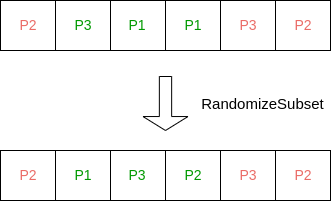
gasparddannet/AI_Project keeps this draw.io diagram as Images/Schema/RandomizeSubset.drawio.png. Above is the earlier version. Source tidied: cells renumbered, new cells last; positions are measured from the earlier drawing's top-left corner, leaving out a move shared by most shapes.
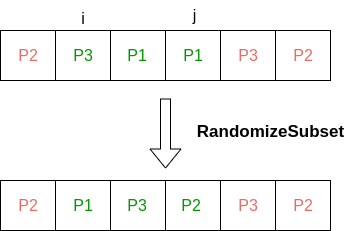
After the commit.

The edit, as a diff of the source:
```diff
@@ -2,65 +2,74 @@
   <root>
     <mxCell id="0" />
     <mxCell id="1" parent="0" />
-    <mxCell id="2" style="shape=process;whiteSpace=wrap;html=1;backgroundOutline=1;size=0.5;" parent="1" vertex="1">
+    <mxCell id="2" style="shape=process;whiteSpace=wrap;html=1;backgroundOutline=1;size=0.5;fillColor=none;" parent="1" vertex="1">
       <mxGeometry width="110" height="50" as="geometry" />
     </mxCell>
-    <mxCell id="3" style="shape=process;whiteSpace=wrap;html=1;backgroundOutline=1;size=0.5;align=center;" parent="1" vertex="1">
+    <mxCell id="3" style="shape=process;whiteSpace=wrap;html=1;backgroundOutline=1;size=0.5;align=center;fillColor=none;" parent="1" vertex="1">
       <mxGeometry x="110" width="110" height="50" as="geometry" />
     </mxCell>
-    <mxCell id="4" style="shape=process;whiteSpace=wrap;html=1;backgroundOutline=1;size=0.5;" parent="1" vertex="1">
+    <mxCell id="4" style="shape=process;whiteSpace=wrap;html=1;backgroundOutline=1;size=0.5;fillColor=none;" parent="1" vertex="1">
       <mxGeometry x="220" width="110" height="50" as="geometry" />
     </mxCell>
-    <mxCell id="5" style="shape=singleArrow;direction=south;whiteSpace=wrap;html=1;arrowWidth=0.273333740234375;arrowSize=0.2585859202375316;" parent="1" vertex="1">
-      <mxGeometry x="142.5" y="76" width="45" height="54" as="geometry" />
-    </mxCell>
-    <mxCell id="6" value="&lt;font color=&quot;#ea6b66&quot; style=&quot;font-size: 14px;&quot;&gt;P2&lt;/font&gt;" style="text;html=1;strokeColor=none;fillColor=none;align=center;verticalAlign=middle;whiteSpace=wrap;rounded=0;" parent="1" vertex="1">
+    <mxCell id="6" value="&lt;font color=&quot;#ea6b66&quot; style=&quot;font-size: 16px;&quot;&gt;P2&lt;/font&gt;" style="text;html=1;strokeColor=none;fillColor=none;align=center;verticalAlign=middle;whiteSpace=wrap;rounded=0;" parent="1" vertex="1">
       <mxGeometry x="3" width="50" height="50" as="geometry" />
     </mxCell>
-    <mxCell id="7" value="&lt;font color=&quot;#009900&quot; style=&quot;font-size: 14px;&quot;&gt;P3&lt;/font&gt;" style="text;html=1;strokeColor=none;fillColor=none;align=center;verticalAlign=middle;whiteSpace=wrap;rounded=0;" parent="1" vertex="1">
+    <mxCell id="7" value="&lt;font color=&quot;#009900&quot; style=&quot;font-size: 16px;&quot;&gt;P3&lt;/font&gt;" style="text;html=1;strokeColor=none;fillColor=none;align=center;verticalAlign=middle;whiteSpace=wrap;rounded=0;" parent="1" vertex="1">
       <mxGeometry x="58" width="50" height="50" as="geometry" />
     </mxCell>
-    <mxCell id="8" value="&lt;font color=&quot;#009900&quot; style=&quot;font-size: 14px;&quot;&gt;P1&lt;/font&gt;" style="text;html=1;strokeColor=none;fillColor=none;align=center;verticalAlign=middle;whiteSpace=wrap;rounded=0;" parent="1" vertex="1">
+    <mxCell id="8" value="&lt;font color=&quot;#009900&quot; style=&quot;font-size: 16px;&quot;&gt;P1&lt;/font&gt;" style="text;html=1;strokeColor=none;fillColor=none;align=center;verticalAlign=middle;whiteSpace=wrap;rounded=0;" parent="1" vertex="1">
       <mxGeometry x="112" width="50" height="50" as="geometry" />
     </mxCell>
-    <mxCell id="9" value="&lt;font color=&quot;#009900&quot; style=&quot;font-size: 14px;&quot;&gt;P1&lt;/font&gt;" style="text;html=1;strokeColor=none;fillColor=none;align=center;verticalAlign=middle;whiteSpace=wrap;rounded=0;" parent="1" vertex="1">
+    <mxCell id="9" value="&lt;font color=&quot;#009900&quot; style=&quot;font-size: 16px;&quot;&gt;P1&lt;/font&gt;" style="text;html=1;strokeColor=none;fillColor=none;align=center;verticalAlign=middle;whiteSpace=wrap;rounded=0;" parent="1" vertex="1">
       <mxGeometry x="168" width="50" height="50" as="geometry" />
     </mxCell>
-    <mxCell id="10" value="&lt;font color=&quot;#ea6b66&quot; style=&quot;font-size: 14px;&quot;&gt;P3&lt;/font&gt;" style="text;html=1;strokeColor=none;fillColor=none;align=center;verticalAlign=middle;whiteSpace=wrap;rounded=0;" parent="1" vertex="1">
+    <mxCell id="10" value="&lt;font color=&quot;#ea6b66&quot; style=&quot;font-size: 16px;&quot;&gt;P3&lt;/font&gt;" style="text;html=1;strokeColor=none;fillColor=none;align=center;verticalAlign=middle;whiteSpace=wrap;rounded=0;" parent="1" vertex="1">
       <mxGeometry x="223" width="50" height="50" as="geometry" />
     </mxCell>
-    <mxCell id="11" value="&lt;font style=&quot;font-size: 14px;&quot; color=&quot;#ea6b66&quot;&gt;P2&lt;/font&gt;" style="text;html=1;strokeColor=none;fillColor=none;align=center;verticalAlign=middle;whiteSpace=wrap;rounded=0;" parent="1" vertex="1">
+    <mxCell id="11" value="&lt;font style=&quot;font-size: 16px;&quot; color=&quot;#ea6b66&quot;&gt;P2&lt;/font&gt;" style="text;html=1;strokeColor=none;fillColor=none;align=center;verticalAlign=middle;whiteSpace=wrap;rounded=0;" parent="1" vertex="1">
       <mxGeometry x="278" width="50" height="50" as="geometry" />
     </mxCell>
-    <mxCell id="12" value="&lt;font style=&quot;font-size: 15px;&quot;&gt;RandomizeSubset&lt;/font&gt;" style="text;html=1;strokeColor=none;fillColor=none;align=center;verticalAlign=middle;whiteSpace=wrap;rounded=0;" parent="1" vertex="1">
-      <mxGeometry x="195.5" y="87" width="132.5" height="32" as="geometry" />
+    <mxCell id="12" value="&lt;font size=&quot;1&quot; style=&quot;&quot;&gt;&lt;b style=&quot;font-size: 17px;&quot;&gt;RandomizeSubset&lt;/b&gt;&lt;/font&gt;" style="text;html=1;strokeColor=none;fillColor=none;align=center;verticalAlign=middle;whiteSpace=wrap;rounded=0;" parent="1" vertex="1">
+      <mxGeometry x="182.8" y="80" width="174.5" height="43" as="geometry" />
     </mxCell>
-    <mxCell id="13" style="shape=process;whiteSpace=wrap;html=1;backgroundOutline=1;size=0.5;" parent="1" vertex="1">
+    <mxCell id="13" style="shape=process;whiteSpace=wrap;html=1;backgroundOutline=1;size=0.5;fillColor=none;" parent="1" vertex="1">
       <mxGeometry y="150" width="110" height="50" as="geometry" />
     </mxCell>
-    <mxCell id="14" style="shape=process;whiteSpace=wrap;html=1;backgroundOutline=1;size=0.5;align=center;" parent="1" vertex="1">
+    <mxCell id="14" style="shape=process;whiteSpace=wrap;html=1;backgroundOutline=1;size=0.5;align=center;fillColor=none;" parent="1" vertex="1">
       <mxGeometry x="110" y="150" width="110" height="50" as="geometry" />
     </mxCell>
-    <mxCell id="15" style="shape=process;whiteSpace=wrap;html=1;backgroundOutline=1;size=0.5;" parent="1" vertex="1">
+    <mxCell id="15" style="shape=process;whiteSpace=wrap;html=1;backgroundOutline=1;size=0.5;fillColor=none;" parent="1" vertex="1">
       <mxGeometry x="220" y="150" width="110" height="50" as="geometry" />
     </mxCell>
-    <mxCell id="16" value="&lt;font color=&quot;#ea6b66&quot; style=&quot;font-size: 14px;&quot;&gt;P2&lt;/font&gt;" style="text;html=1;strokeColor=none;fillColor=none;align=center;verticalAlign=middle;whiteSpace=wrap;rounded=0;" parent="1" vertex="1">
+    <mxCell id="16" value="&lt;font color=&quot;#ea6b66&quot; style=&quot;font-size: 16px;&quot;&gt;P2&lt;/font&gt;" style="text;html=1;strokeColor=none;fillColor=none;align=center;verticalAlign=middle;whiteSpace=wrap;rounded=0;" parent="1" vertex="1">
       <mxGeometry x="3" y="150" width="50" height="50" as="geometry" />
     </mxCell>
-    <mxCell id="17" value="&lt;font color=&quot;#009900&quot; style=&quot;font-size: 14px;&quot;&gt;P1&lt;/font&gt;" style="text;html=1;strokeColor=none;fillColor=none;align=center;verticalAlign=middle;whiteSpace=wrap;rounded=0;" parent="1" vertex="1">
+    <mxCell id="17" value="&lt;font color=&quot;#009900&quot; style=&quot;font-size: 16px;&quot;&gt;P1&lt;/font&gt;" style="text;html=1;strokeColor=none;fillColor=none;align=center;verticalAlign=middle;whiteSpace=wrap;rounded=0;" parent="1" vertex="1">
       <mxGeometry x="58" y="150" width="50" height="50" as="geometry" />
     </mxCell>
-    <mxCell id="18" value="&lt;font color=&quot;#009900&quot; style=&quot;font-size: 14px;&quot;&gt;P3&lt;/font&gt;" style="text;html=1;strokeColor=none;fillColor=none;align=center;verticalAlign=middle;whiteSpace=wrap;rounded=0;" parent="1" vertex="1">
+    <mxCell id="18" value="&lt;font color=&quot;#009900&quot; style=&quot;font-size: 16px;&quot;&gt;P3&lt;/font&gt;" style="text;html=1;strokeColor=none;fillColor=none;align=center;verticalAlign=middle;whiteSpace=wrap;rounded=0;" parent="1" vertex="1">
       <mxGeometry x="112" y="150" width="50" height="50" as="geometry" />
     </mxCell>
-    <mxCell id="19" value="&lt;font color=&quot;#009900&quot; style=&quot;font-size: 14px;&quot;&gt;P2&lt;/font&gt;" style="text;html=1;strokeColor=none;fillColor=none;align=center;verticalAlign=middle;whiteSpace=wrap;rounded=0;" parent="1" vertex="1">
-      <mxGeometry x="168" y="150" width="50" height="50" as="geometry" />
+    <mxCell id="19" value="&lt;font color=&quot;#009900&quot; style=&quot;font-size: 16px;&quot;&gt;P2&lt;/font&gt;" style="text;html=1;strokeColor=none;fillColor=none;align=center;verticalAlign=middle;whiteSpace=wrap;rounded=0;" parent="1" vertex="1">
+      <mxGeometry x="166" y="150" width="50" height="50" as="geometry" />
     </mxCell>
-    <mxCell id="20" value="&lt;font color=&quot;#ea6b66&quot; style=&quot;font-size: 14px;&quot;&gt;P3&lt;/font&gt;" style="text;html=1;strokeColor=none;fillColor=none;align=center;verticalAlign=middle;whiteSpace=wrap;rounded=0;" parent="1" vertex="1">
+    <mxCell id="20" value="&lt;font color=&quot;#ea6b66&quot; style=&quot;font-size: 16px;&quot;&gt;P3&lt;/font&gt;" style="text;html=1;strokeColor=none;fillColor=none;align=center;verticalAlign=middle;whiteSpace=wrap;rounded=0;" parent="1" vertex="1">
       <mxGeometry x="223" y="150" width="50" height="50" as="geometry" />
     </mxCell>
-    <mxCell id="21" value="&lt;font style=&quot;font-size: 14px;&quot; color=&quot;#ea6b66&quot;&gt;P2&lt;/font&gt;" style="text;html=1;strokeColor=none;fillColor=none;align=center;verticalAlign=middle;whiteSpace=wrap;rounded=0;" parent="1" vertex="1">
+    <mxCell id="21" value="&lt;font style=&quot;font-size: 16px;&quot; color=&quot;#ea6b66&quot;&gt;P2&lt;/font&gt;" style="text;html=1;strokeColor=none;fillColor=none;align=center;verticalAlign=middle;whiteSpace=wrap;rounded=0;" parent="1" vertex="1">
       <mxGeometry x="278" y="150" width="50" height="50" as="geometry" />
     </mxCell>
+    <mxCell id="22" style="shape=flexArrow;endArrow=classic;html=1;rounded=0;" parent="1" edge="1">
+      <mxGeometry relative="1" as="geometry">
+        <mxPoint x="165" y="68" as="sourcePoint" />
+        <mxPoint x="165" y="138" as="targetPoint" />
+      </mxGeometry>
+    </mxCell>
+    <mxCell id="23" value="&lt;font style=&quot;font-size: 16px;&quot;&gt;i&lt;/font&gt;" style="text;html=1;strokeColor=none;fillColor=none;align=center;verticalAlign=middle;whiteSpace=wrap;rounded=0;" parent="1" vertex="1">
+      <mxGeometry x="53" y="-27" width="60" height="30" as="geometry" />
+    </mxCell>
+    <mxCell id="24" value="&lt;font style=&quot;font-size: 16px;&quot;&gt;j&lt;/font&gt;" style="text;html=1;strokeColor=none;fillColor=none;align=center;verticalAlign=middle;whiteSpace=wrap;rounded=0;" parent="1" vertex="1">
+      <mxGeometry x="166" y="-30" width="57.2" height="30" as="geometry" />
+    </mxCell>
   </root>
 </mxGraphModel>
```
